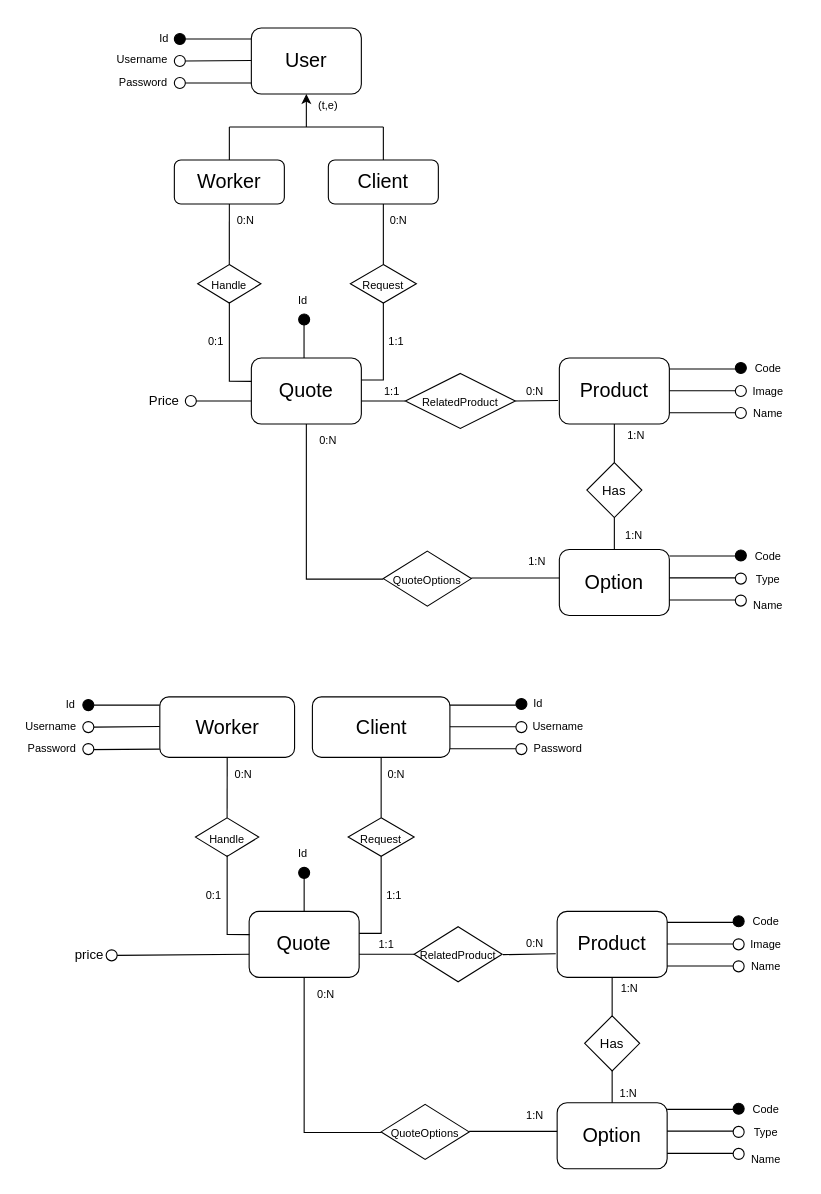
The draw.io diagram db/quotemanagementdesign.drawio in ManuMerlo/Web-App-Project-TIW-2022-Inghilleri-Merlo, before the edit. Source tidied: cells renumbered, new cells numbered last; positions are measured from the earlier drawing's top-left corner, leaving out a move shared by most shapes. Both pictures are drawn from the tidied source at 110%, with x=0, y=0 at pixel (19, 19).
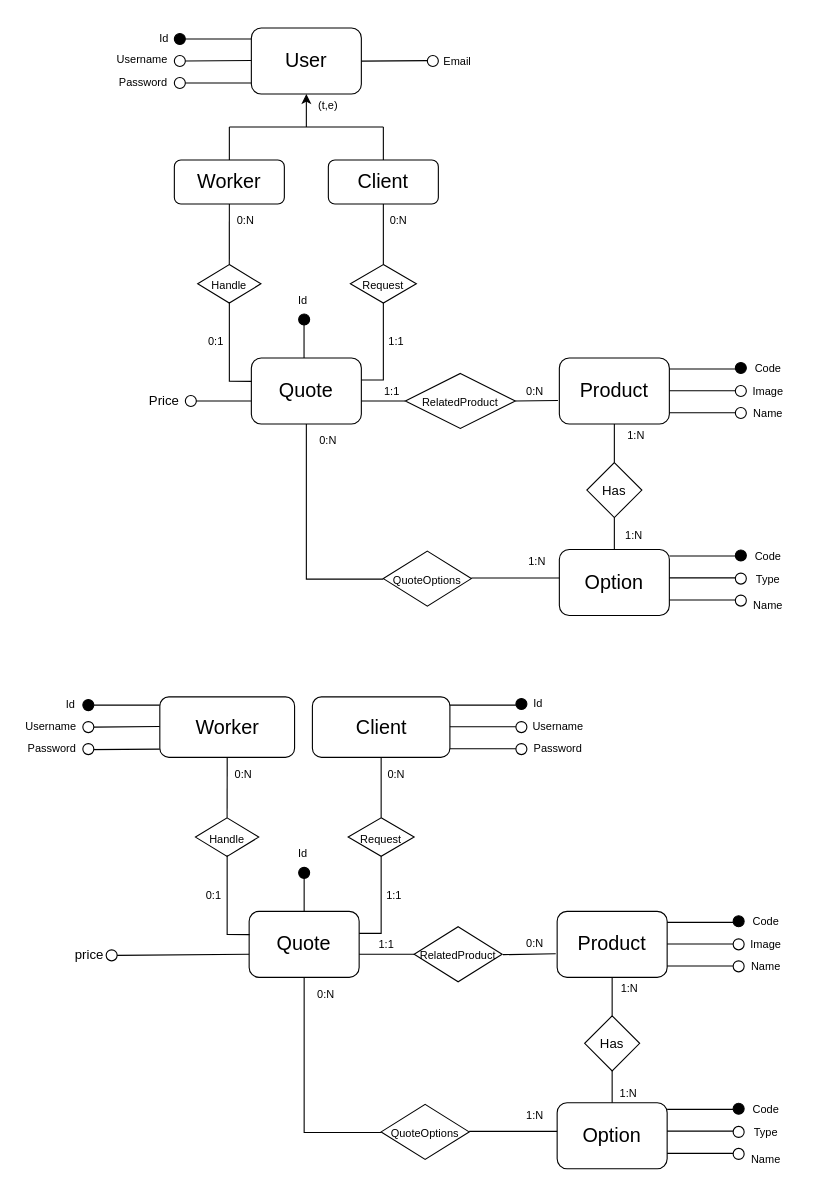
After the change.

The edit, as a diff of the source:
```diff
@@
+    <mxCell id="149" style="endArrow=none;html=1;rounded=0;fontSize=18;startArrow=none;" parent="1" edge="1">
+      <mxGeometry relative="1" as="geometry">
+        <mxPoint x="311" y="38.1" as="sourcePoint" />
+        <mxPoint x="371" y="37.6" as="targetPoint" />
+      </mxGeometry>
+    </mxCell>
+    <mxCell id="150" style="ellipse;whiteSpace=wrap;html=1;fontSize=14;fillColor=#FFFFFF;" parent="1" vertex="1">
+      <mxGeometry x="371" y="33" width="10" height="10" as="geometry" />
+    </mxCell>
+    <mxCell id="151" value="&lt;div style=&quot;text-align: center&quot;&gt;&lt;span&gt;&lt;font face=&quot;helvetica&quot; style=&quot;font-size: 10px&quot;&gt;Email&lt;/font&gt;&lt;/span&gt;&lt;/div&gt;" style="text;whiteSpace=wrap;html=1;fontSize=14;" parent="1" vertex="1">
+      <mxGeometry x="383.5" y="22" width="40" height="30" as="geometry" />
+    </mxCell>
```
